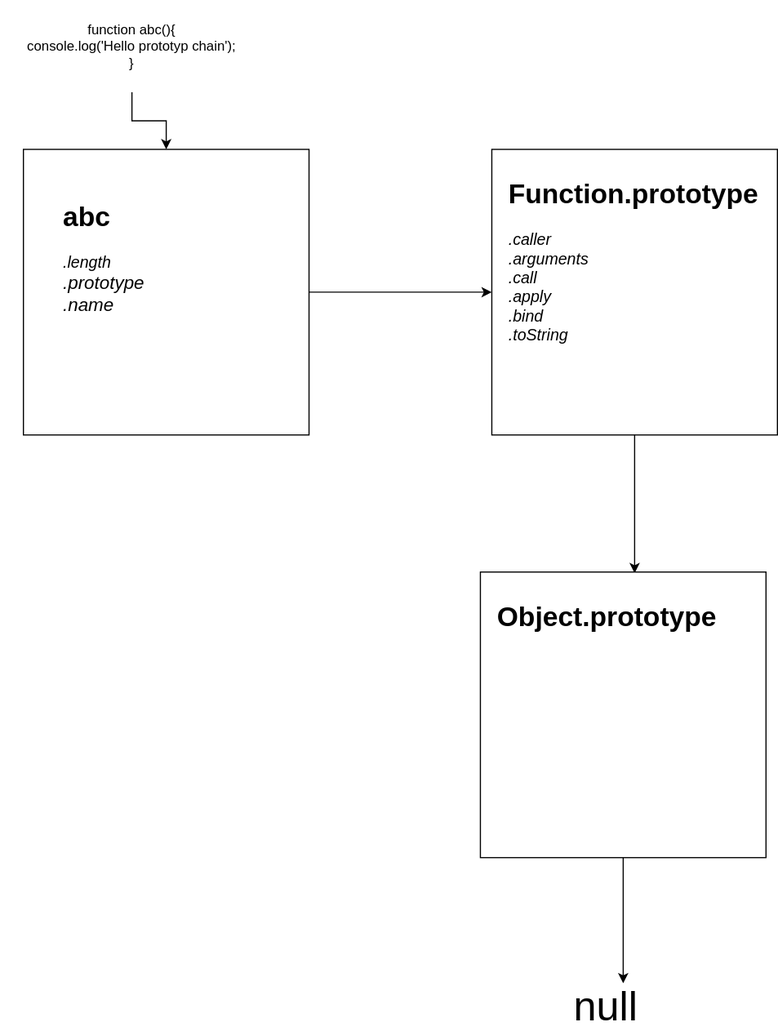
Above: protype-chain.svg in nishantatgit/some-js-things (draw.io), before the change. Source tidied: cells renumbered, new cells last; positions are measured from the earlier drawing's top-left corner, leaving out a move shared by most shapes.
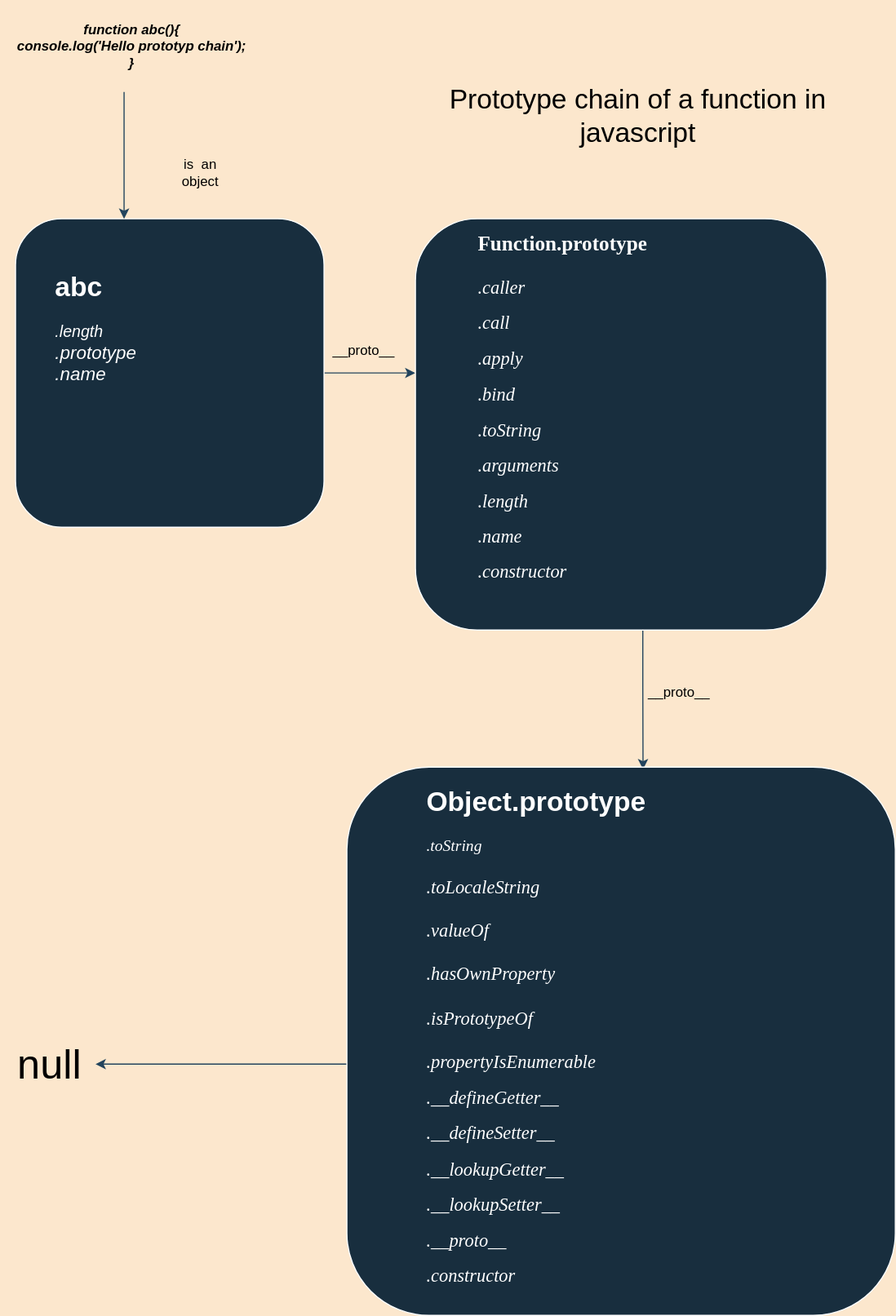
After the change.

Commit message:
function  protype chain - final diagram

What changed in the source:
```diff
@@ -1,49 +1,75 @@
-<mxGraphModel>
+<mxGraphModel background="#FCE7CD">
   <root>
     <mxCell id="0" />
     <mxCell id="1" parent="0" />
-    <mxCell id="2" style="edgeStyle=orthogonalEdgeStyle;rounded=0;jettySize=auto;html=1;" parent="1" edge="1" source="3" target="5">
-      <mxGeometry relative="1" as="geometry" />
+    <mxCell id="2" style="edgeStyle=orthogonalEdgeStyle;rounded=0;jettySize=auto;html=1;strokeColor=#23445D;labelBackgroundColor=#FCE7CD;" parent="1" edge="1" source="3" target="5">
+      <mxGeometry relative="1" as="geometry">
+        <Array as="points">
+          <mxPoint x="380" y="265" />
+          <mxPoint x="380" y="265" />
+        </Array>
+      </mxGeometry>
     </mxCell>
-    <mxCell id="3" style="whiteSpace=wrap;html=1;" parent="1" vertex="1">
-      <mxGeometry x="20" y="130" width="250" height="250" as="geometry" />
+    <mxCell id="3" style="whiteSpace=wrap;html=1;rounded=1;fillColor=#182E3E;strokeColor=#FFFFFF;fontColor=#FFFFFF;" parent="1" vertex="1">
+      <mxGeometry x="20" y="130" width="270" height="270" as="geometry" />
     </mxCell>
-    <mxCell id="4" style="edgeStyle=orthogonalEdgeStyle;rounded=0;jettySize=auto;html=1;entryX=0.54;entryY=0.004;entryDx=0;entryDy=0;entryPerimeter=0;" parent="1" edge="1" source="5" target="7">
-      <mxGeometry relative="1" as="geometry" />
+    <mxCell id="4" style="edgeStyle=orthogonalEdgeStyle;rounded=0;jettySize=auto;html=1;entryX=0.54;entryY=0.004;entryDx=0;entryDy=0;entryPerimeter=0;strokeColor=#23445D;labelBackgroundColor=#FCE7CD;" parent="1" edge="1" source="5" target="7">
+      <mxGeometry relative="1" as="geometry">
+        <Array as="points">
+          <mxPoint x="569" y="540" />
+          <mxPoint x="569" y="540" />
+        </Array>
+      </mxGeometry>
     </mxCell>
-    <mxCell id="5" style="whiteSpace=wrap;html=1;" parent="1" vertex="1">
-      <mxGeometry x="430" y="130" width="250" height="250" as="geometry" />
+    <mxCell id="5" style="whiteSpace=wrap;html=1;rounded=1;fillColor=#182E3E;strokeColor=#FFFFFF;fontColor=#FFFFFF;" parent="1" vertex="1">
+      <mxGeometry x="370" y="130" width="360" height="360" as="geometry" />
     </mxCell>
-    <mxCell id="6" style="edgeStyle=orthogonalEdgeStyle;rounded=0;jettySize=auto;html=1;" parent="1" edge="1" source="7">
+    <mxCell id="6" style="edgeStyle=orthogonalEdgeStyle;rounded=0;jettySize=auto;html=1;strokeColor=#23445D;labelBackgroundColor=#FCE7CD;" parent="1" edge="1" source="7">
       <mxGeometry relative="1" as="geometry">
-        <mxPoint x="545" y="860" as="targetPoint" />
+        <mxPoint x="90" y="870" as="targetPoint" />
+        <Array as="points">
+          <mxPoint x="230" y="870" />
+          <mxPoint x="230" y="870" />
+        </Array>
       </mxGeometry>
     </mxCell>
-    <mxCell id="7" style="whiteSpace=wrap;html=1;" parent="1" vertex="1">
-      <mxGeometry x="420" y="500" width="250" height="250" as="geometry" />
+    <mxCell id="7" style="whiteSpace=wrap;html=1;rounded=1;fillColor=#182E3E;strokeColor=#FFFFFF;fontColor=#FFFFFF;" parent="1" vertex="1">
+      <mxGeometry x="310" y="610" width="480" height="480" as="geometry" />
     </mxCell>
-    <mxCell id="8" style="edgeStyle=orthogonalEdgeStyle;rounded=0;jettySize=auto;html=1;" parent="1" edge="1" source="9" target="3">
+    <mxCell id="8" style="edgeStyle=orthogonalEdgeStyle;rounded=0;jettySize=auto;html=1;strokeColor=#23445D;labelBackgroundColor=#FCE7CD;" parent="1" edge="1" source="9" target="3">
       <mxGeometry relative="1" as="geometry">
         <Array as="points">
-          <mxPoint x="115" y="105" />
-          <mxPoint x="145" y="105" />
+          <mxPoint x="115" y="122" />
+          <mxPoint x="115" y="122" />
         </Array>
       </mxGeometry>
     </mxCell>
-    <mxCell id="9" value="function abc(){&lt;br&gt;console.log('Hello prototyp chain');&lt;br&gt;}" style="text;html=1;strokeColor=none;fillColor=none;align=center;verticalAlign=middle;whiteSpace=wrap;rounded=0;" parent="1" vertex="1">
-      <mxGeometry width="230" height="80" as="geometry" />
+    <mxCell id="9" value="function abc(){&lt;br&gt;console.log('Hello prototyp chain');&lt;br&gt;}" style="text;html=1;strokeColor=none;fillColor=none;align=center;verticalAlign=middle;whiteSpace=wrap;rounded=1;fontStyle=3;" parent="1" vertex="1">
+      <mxGeometry x="7" y="-61" width="230" height="80" as="geometry" />
     </mxCell>
-    <mxCell id="10" value="&lt;h1&gt;abc&lt;br&gt;&lt;/h1&gt;&lt;div&gt;&lt;font style=&quot;font-size: 14px&quot;&gt;&lt;i&gt;&lt;font style=&quot;font-size: 14px&quot;&gt;.length&lt;/font&gt;&lt;/i&gt;&lt;/font&gt;&lt;/div&gt;&lt;div&gt;&lt;font size=&quot;3&quot;&gt;&lt;i&gt;.prototype&lt;br&gt;.name&lt;/i&gt;&lt;/font&gt;&lt;br&gt;&lt;/div&gt;" style="text;html=1;strokeColor=none;fillColor=none;spacing=5;spacingTop=-20;whiteSpace=wrap;overflow=hidden;rounded=0;" parent="1" vertex="1">
+    <mxCell id="10" value="&lt;h1&gt;abc&lt;br&gt;&lt;/h1&gt;&lt;div&gt;&lt;font style=&quot;font-size: 14px&quot;&gt;&lt;i&gt;&lt;font style=&quot;font-size: 14px&quot;&gt;.length&lt;/font&gt;&lt;/i&gt;&lt;/font&gt;&lt;/div&gt;&lt;div&gt;&lt;font size=&quot;3&quot;&gt;&lt;i&gt;.prototype&lt;br&gt;.name&lt;/i&gt;&lt;/font&gt;&lt;br&gt;&lt;/div&gt;" style="text;html=1;strokeColor=none;fillColor=none;spacing=5;spacingTop=-20;whiteSpace=wrap;overflow=hidden;rounded=1;fontColor=#FFFFFF;" parent="1" vertex="1">
       <mxGeometry x="50" y="170" width="190" height="120" as="geometry" />
     </mxCell>
-    <mxCell id="11" value="&lt;h1&gt;Function.prototype&lt;br&gt;&lt;/h1&gt;&lt;p&gt;&lt;i&gt;&lt;font style=&quot;font-size: 14px&quot;&gt;.caller&lt;br&gt;.arguments&lt;br&gt;.call&lt;br&gt;.apply&lt;br&gt;.bind&lt;br&gt;.toString&lt;/font&gt;&lt;/i&gt;&lt;br&gt;&lt;br&gt;&lt;/p&gt;" style="text;html=1;strokeColor=none;fillColor=none;spacing=5;spacingTop=-20;whiteSpace=wrap;overflow=hidden;rounded=0;" parent="1" vertex="1">
-      <mxGeometry x="440" y="150" width="230" height="220" as="geometry" />
+    <mxCell id="11" value="&lt;h1&gt;&lt;font style=&quot;font-size: 18px&quot; face=&quot;Verdana&quot;&gt;Function.prototype&lt;br&gt;&lt;/font&gt;&lt;/h1&gt;&lt;p&gt;&lt;font size=&quot;3&quot;&gt;&lt;font face=&quot;Verdana&quot;&gt;&lt;i&gt;.caller&lt;/i&gt;&lt;/font&gt;&lt;/font&gt;&lt;/p&gt;&lt;p&gt;&lt;font size=&quot;3&quot;&gt;&lt;font face=&quot;Verdana&quot;&gt;&lt;i&gt;.call&lt;/i&gt;&lt;/font&gt;&lt;/font&gt;&lt;/p&gt;&lt;p&gt;&lt;font size=&quot;3&quot;&gt;&lt;font face=&quot;Verdana&quot;&gt;&lt;i&gt;.apply&lt;/i&gt;&lt;/font&gt;&lt;/font&gt;&lt;/p&gt;&lt;p&gt;&lt;font size=&quot;3&quot;&gt;&lt;font face=&quot;Verdana&quot;&gt;&lt;i&gt;.bind&lt;/i&gt;&lt;/font&gt;&lt;/font&gt;&lt;/p&gt;&lt;p&gt;&lt;font size=&quot;3&quot;&gt;&lt;font face=&quot;Verdana&quot;&gt;&lt;i&gt;.toString&lt;/i&gt;&lt;/font&gt;&lt;/font&gt;&lt;/p&gt;&lt;p&gt;&lt;font size=&quot;3&quot;&gt;&lt;font face=&quot;Verdana&quot;&gt;&lt;i&gt;.arguments&lt;/i&gt;&lt;/font&gt;&lt;/font&gt;&lt;/p&gt;&lt;p&gt;&lt;font size=&quot;3&quot;&gt;&lt;font face=&quot;Verdana&quot;&gt;&lt;i&gt;.length&lt;/i&gt;&lt;/font&gt;&lt;/font&gt;&lt;/p&gt;&lt;p&gt;&lt;font size=&quot;3&quot;&gt;&lt;font face=&quot;Verdana&quot;&gt;&lt;i&gt;.name&lt;/i&gt;&lt;/font&gt;&lt;/font&gt;&lt;/p&gt;&lt;p&gt;&lt;font size=&quot;3&quot;&gt;&lt;font face=&quot;Verdana&quot;&gt;&lt;i&gt;.constructor&lt;br&gt;&lt;/i&gt;&lt;/font&gt;&lt;/font&gt;&lt;/p&gt;" style="text;html=1;strokeColor=none;fillColor=none;spacing=5;spacingTop=-20;whiteSpace=wrap;overflow=hidden;rounded=1;fontColor=#FFFFFF;" parent="1" vertex="1">
+      <mxGeometry x="420" y="130" width="260" height="350" as="geometry" />
     </mxCell>
-    <mxCell id="12" value="&lt;h1&gt;Object.prototype&lt;br&gt;&lt;/h1&gt;&lt;p&gt;&lt;br&gt;&lt;/p&gt;" style="text;html=1;strokeColor=none;fillColor=none;spacing=5;spacingTop=-20;whiteSpace=wrap;overflow=hidden;rounded=0;" parent="1" vertex="1">
-      <mxGeometry x="430" y="520" width="230" height="120" as="geometry" />
+    <mxCell id="12" value="&lt;h1&gt;Object.prototype&lt;/h1&gt;&lt;div&gt;&lt;i&gt;&lt;font style=&quot;font-size: 14px&quot; face=&quot;Verdana&quot;&gt;.toString&lt;/font&gt;&lt;/i&gt;&lt;/div&gt;&lt;div&gt;&lt;i&gt;&lt;font style=&quot;font-size: 14px&quot; face=&quot;Verdana&quot;&gt;&lt;br&gt;&lt;/font&gt;&lt;/i&gt;&lt;/div&gt;&lt;div&gt;&lt;i&gt;&lt;font size=&quot;3&quot; face=&quot;Verdana&quot;&gt;.toLocaleString&lt;/font&gt;&lt;/i&gt;&lt;/div&gt;&lt;div&gt;&lt;i&gt;&lt;font size=&quot;3&quot; face=&quot;Verdana&quot;&gt;&lt;br&gt;&lt;/font&gt;&lt;/i&gt;&lt;/div&gt;&lt;div&gt;&lt;i&gt;&lt;font size=&quot;3&quot; face=&quot;Verdana&quot;&gt;.valueOf&lt;/font&gt;&lt;/i&gt;&lt;/div&gt;&lt;div&gt;&lt;i&gt;&lt;font size=&quot;3&quot; face=&quot;Verdana&quot;&gt;&lt;br&gt;&lt;/font&gt;&lt;/i&gt;&lt;/div&gt;&lt;div&gt;&lt;i&gt;&lt;font size=&quot;3&quot; face=&quot;Verdana&quot;&gt;.hasOwnProperty&lt;/font&gt;&lt;/i&gt;&lt;/div&gt;&lt;div&gt;&lt;i&gt;&lt;font size=&quot;3&quot; face=&quot;Verdana&quot;&gt;&lt;br&gt;&lt;/font&gt;&lt;/i&gt;&lt;/div&gt;&lt;div&gt;&lt;i&gt;&lt;font size=&quot;3&quot; face=&quot;Verdana&quot;&gt;.isPrototypeOf&lt;/font&gt;&lt;/i&gt;&lt;/div&gt;&lt;div&gt;&lt;i&gt;&lt;font size=&quot;3&quot; face=&quot;Verdana&quot;&gt;&lt;br&gt;&lt;/font&gt;&lt;/i&gt;&lt;/div&gt;&lt;div&gt;&lt;i&gt;&lt;font size=&quot;3&quot; face=&quot;Verdana&quot;&gt;.propertyIsEnumerable&lt;br&gt;&lt;/font&gt;&lt;/i&gt;&lt;/div&gt;&lt;p&gt;&lt;i&gt;&lt;font size=&quot;3&quot; face=&quot;Verdana&quot;&gt;.__defineGetter__&lt;/font&gt;&lt;/i&gt;&lt;/p&gt;&lt;p&gt;&lt;i&gt;&lt;font size=&quot;3&quot; face=&quot;Verdana&quot;&gt;.__defineSetter__&lt;/font&gt;&lt;/i&gt;&lt;/p&gt;&lt;p&gt;&lt;i&gt;&lt;font size=&quot;3&quot; face=&quot;Verdana&quot;&gt;.__lookupGetter__&lt;/font&gt;&lt;/i&gt;&lt;/p&gt;&lt;p&gt;&lt;i&gt;&lt;font size=&quot;3&quot; face=&quot;Verdana&quot;&gt;.__lookupSetter__&lt;/font&gt;&lt;/i&gt;&lt;/p&gt;&lt;p&gt;&lt;i&gt;&lt;font size=&quot;3&quot; face=&quot;Verdana&quot;&gt;.__proto__&lt;/font&gt;&lt;/i&gt;&lt;/p&gt;&lt;p&gt;&lt;i&gt;&lt;font size=&quot;3&quot; face=&quot;Verdana&quot;&gt;.constructor&lt;/font&gt;&lt;/i&gt;&lt;br&gt;&lt;/p&gt;" style="text;html=1;strokeColor=none;fillColor=none;spacing=5;spacingTop=-20;whiteSpace=wrap;overflow=hidden;verticalAlign=top;rounded=1;fontColor=#FFFFFF;" parent="1" vertex="1">
+      <mxGeometry x="375" y="621" width="350" height="458" as="geometry" />
     </mxCell>
-    <mxCell id="13" value="&lt;font style=&quot;font-size: 36px&quot;&gt;null&lt;/font&gt;" style="text;html=1;strokeColor=none;fillColor=none;align=center;verticalAlign=middle;whiteSpace=wrap;rounded=0;" parent="1" vertex="1">
-      <mxGeometry x="510" y="870" width="40" height="20" as="geometry" />
+    <mxCell id="13" value="&lt;font style=&quot;font-size: 36px&quot;&gt;null&lt;/font&gt;" style="text;html=1;strokeColor=none;fillColor=none;align=center;verticalAlign=middle;whiteSpace=wrap;rounded=1;" parent="1" vertex="1">
+      <mxGeometry x="30" y="860" width="40" height="20" as="geometry" />
     </mxCell>
+    <mxCell id="14" value="&lt;font style=&quot;font-size: 24px&quot;&gt;Prototype chain of a function in javascript&lt;/font&gt;" style="text;html=1;strokeColor=none;fillColor=none;align=center;verticalAlign=middle;whiteSpace=wrap;rounded=1;" parent="1" vertex="1">
+      <mxGeometry x="390" y="30" width="350" height="20" as="geometry" />
+    </mxCell>
+    <mxCell id="15" value="__proto__" style="text;html=1;strokeColor=none;fillColor=none;align=center;verticalAlign=middle;whiteSpace=wrap;rounded=0;sketch=0;fontColor=#000000;" parent="1" vertex="1">
+      <mxGeometry x="305" y="236" width="40" height="20" as="geometry" />
+    </mxCell>
+    <mxCell id="16" value="is&amp;nbsp; an object" style="text;html=1;strokeColor=none;fillColor=none;align=center;verticalAlign=middle;whiteSpace=wrap;rounded=0;sketch=0;fontColor=#000000;" parent="1" vertex="1">
+      <mxGeometry x="162" y="80" width="40" height="20" as="geometry" />
+    </mxCell>
+    <mxCell id="17" value="__proto__" style="text;html=1;strokeColor=none;fillColor=none;align=center;verticalAlign=middle;whiteSpace=wrap;rounded=0;sketch=0;fontColor=#000000;" parent="1" vertex="1">
+      <mxGeometry x="581" y="535" width="40" height="20" as="geometry" />
+    </mxCell>
   </root>
 </mxGraphModel>
```
